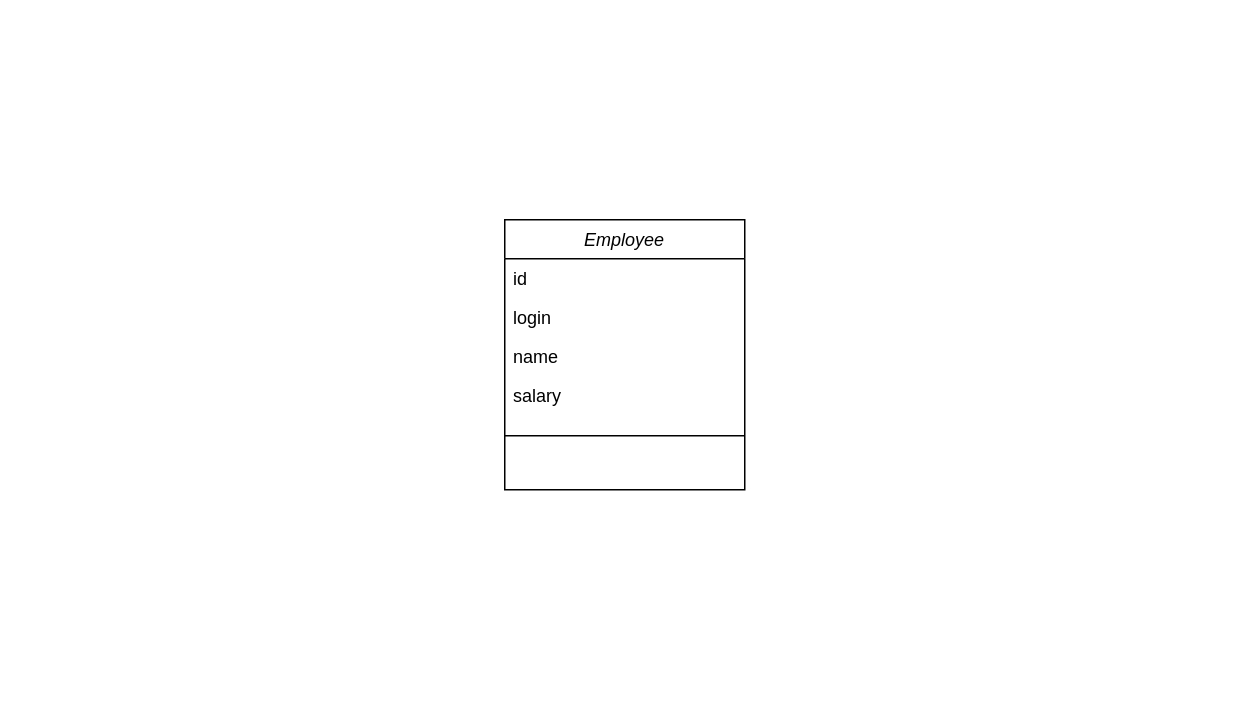
The draw.io diagram diagrams/class_diagram.drawio in alanwuha/techhunt, before the edit. Source tidied: cells renumbered, new cells numbered last; positions are measured from the earlier drawing's top-left corner, leaving out a move shared by most shapes. Both pictures are drawn from the tidied source at 150%, with x=0, y=0 at pixel (24, 24).
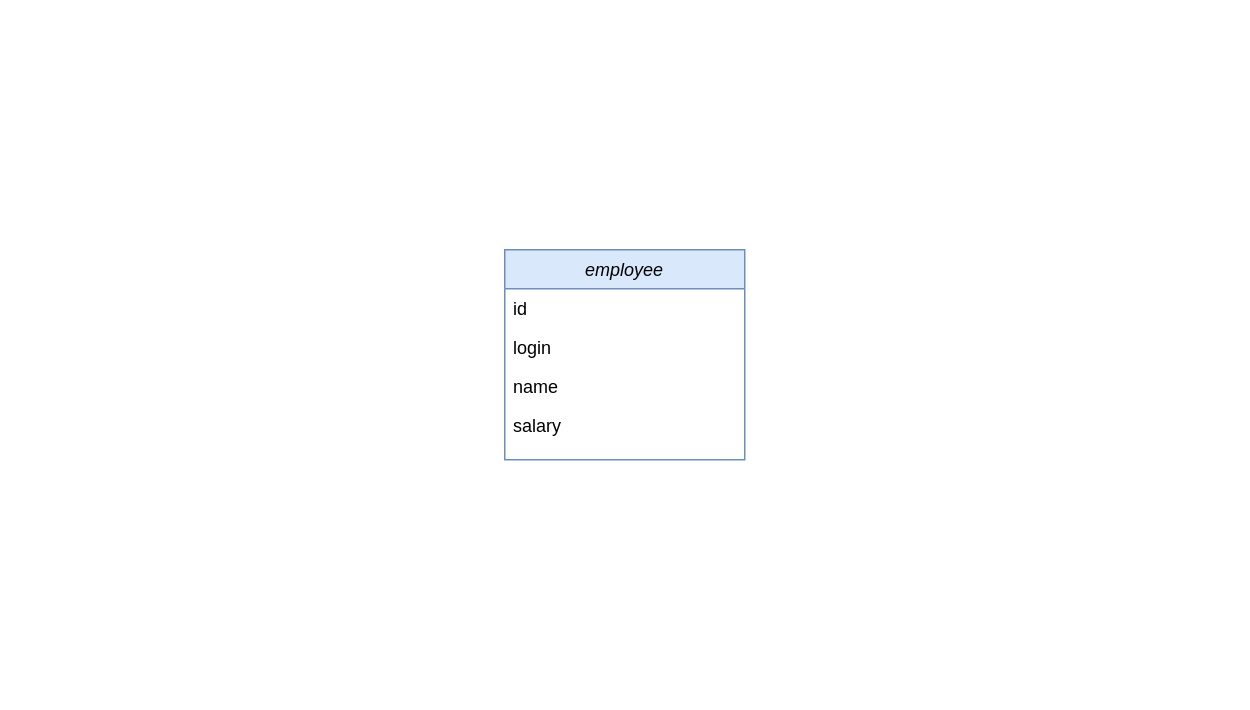
The same diagram, later.

The edit, as a diff of the source:
```diff
@@
 <mxGraphModel>
   <root>
     <mxCell id="0" />
     <mxCell id="1" parent="0" />
     <mxCell id="2" style="rounded=0;whiteSpace=wrap;html=1;strokeColor=none;" parent="1" vertex="1">
       <mxGeometry width="800" height="440" as="geometry" />
     </mxCell>
-    <mxCell id="3" value="Employee" style="swimlane;fontStyle=2;align=center;verticalAlign=top;horizontal=1;startSize=26;rounded=0;shadow=0;strokeWidth=1;" parent="1" vertex="1">
-      <mxGeometry x="320" y="130" width="160" height="180" as="geometry" />
+    <mxCell id="3" value="employee" style="swimlane;fontStyle=2;align=center;verticalAlign=top;horizontal=1;startSize=26;rounded=0;shadow=0;strokeWidth=1;fillColor=#dae8fc;strokeColor=#6c8ebf;" parent="1" vertex="1">
+      <mxGeometry x="320" y="150" width="160" height="140" as="geometry" />
     </mxCell>
     <mxCell id="4" value="id" style="text;align=left;verticalAlign=top;spacingLeft=4;spacingRight=4;overflow=hidden;" parent="3" vertex="1">
       <mxGeometry y="26" width="160" height="26" as="geometry" />
     </mxCell>
     <mxCell id="5" value="login" style="text;align=left;verticalAlign=top;spacingLeft=4;spacingRight=4;overflow=hidden;rounded=0;shadow=0;html=0;" parent="3" vertex="1">
       <mxGeometry y="52" width="160" height="26" as="geometry" />
     </mxCell>
     <mxCell id="6" value="name" style="text;align=left;verticalAlign=top;spacingLeft=4;spacingRight=4;overflow=hidden;rounded=0;shadow=0;html=0;" parent="3" vertex="1">
       <mxGeometry y="78" width="160" height="26" as="geometry" />
     </mxCell>
     <mxCell id="7" value="salary" style="text;align=left;verticalAlign=top;spacingLeft=4;spacingRight=4;overflow=hidden;rounded=0;shadow=0;html=0;" parent="3" vertex="1">
       <mxGeometry y="104" width="160" height="26" as="geometry" />
     </mxCell>
-    <mxCell id="8" style="line;html=1;strokeWidth=1;align=left;verticalAlign=middle;spacingTop=-1;spacingLeft=3;spacingRight=3;labelPosition=right;" parent="3" vertex="1">
-      <mxGeometry y="130" width="160" height="28" as="geometry" />
-    </mxCell>
   </root>
 </mxGraphModel>
```
